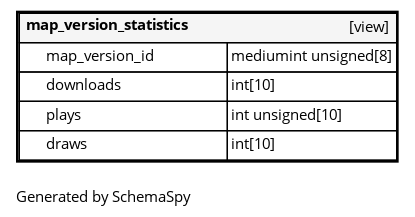
This is diagrams/tables/map_version_statistics.1degree.png from FAForever/db, a Graphviz export, as it was before one commit. Its source is kept beside it as diagrams/tables/map_version_statistics.1degree.dot.
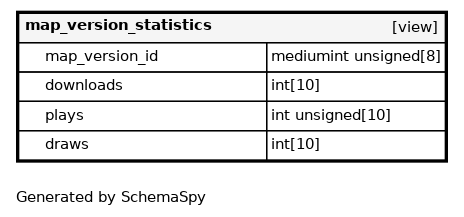
The same file after the commit.

Change to the diagram source:
```diff
@@ -1,13 +1,13 @@
 digraph "oneDegreeRelationshipsDiagram" {
-  graph [    rankdir="RL"    bgcolor="#ffffff"    label="\nGenerated by SchemaSpy"    labeljust="l"    nodesep="0.18"    ranksep="0.46"    fontname="Helvetica"    fontsize="11"    ration="compress"  ];  node [    fontname="Helvetica"    fontsize="11"    shape="plaintext"  ];  edge [    arrowsize="0.8"  ];
+  graph [    rankdir="RL"    bgcolor="#ffffff"    label="\nGenerated by SchemaSpy"    labeljust="l"    nodesep="0.18"    ranksep="0.46"    fontname="Helvetica"    fontsize="11"    packmode="graph"  ];  node [    fontname="Helvetica"    fontsize="11"    shape="plaintext"  ];  edge [    arrowsize="0.8"  ];
   "map_version_statistics" [
    label=<
     <TABLE BORDER="2" CELLBORDER="1" CELLSPACING="0" BGCOLOR="#ffffff">
-      <TR><TD COLSPAN="4"  BGCOLOR="#f5f5f5"><TABLE BORDER="0" CELLSPACING="0"><TR><TD ALIGN="LEFT" FIXEDSIZE="TRUE" WIDTH="135" HEIGHT="16"><B>map_version_statistics</B></TD><TD ALIGN="RIGHT">[view]</TD></TR></TABLE></TD></TR>
-      <TR><TD PORT="map_version_id" COLSPAN="2" ALIGN="LEFT"><TABLE BORDER="0" CELLSPACING="0" ALIGN="LEFT"><TR ALIGN="LEFT"><TD ALIGN="LEFT" FIXEDSIZE="TRUE" WIDTH="15" HEIGHT="16"></TD><TD ALIGN="LEFT" FIXEDSIZE="TRUE" WIDTH="135" HEIGHT="16">map_version_id</TD></TR></TABLE></TD><TD PORT="map_version_id.type" ALIGN="LEFT">mediumint unsigned[8]</TD></TR>
-      <TR><TD PORT="downloads" COLSPAN="2" ALIGN="LEFT"><TABLE BORDER="0" CELLSPACING="0" ALIGN="LEFT"><TR ALIGN="LEFT"><TD ALIGN="LEFT" FIXEDSIZE="TRUE" WIDTH="15" HEIGHT="16"></TD><TD ALIGN="LEFT" FIXEDSIZE="TRUE" WIDTH="135" HEIGHT="16">downloads</TD></TR></TABLE></TD><TD PORT="downloads.type" ALIGN="LEFT">int[10]</TD></TR>
-      <TR><TD PORT="plays" COLSPAN="2" ALIGN="LEFT"><TABLE BORDER="0" CELLSPACING="0" ALIGN="LEFT"><TR ALIGN="LEFT"><TD ALIGN="LEFT" FIXEDSIZE="TRUE" WIDTH="15" HEIGHT="16"></TD><TD ALIGN="LEFT" FIXEDSIZE="TRUE" WIDTH="135" HEIGHT="16">plays</TD></TR></TABLE></TD><TD PORT="plays.type" ALIGN="LEFT">int unsigned[10]</TD></TR>
-      <TR><TD PORT="draws" COLSPAN="2" ALIGN="LEFT"><TABLE BORDER="0" CELLSPACING="0" ALIGN="LEFT"><TR ALIGN="LEFT"><TD ALIGN="LEFT" FIXEDSIZE="TRUE" WIDTH="15" HEIGHT="16"></TD><TD ALIGN="LEFT" FIXEDSIZE="TRUE" WIDTH="135" HEIGHT="16">draws</TD></TR></TABLE></TD><TD PORT="draws.type" ALIGN="LEFT">int[10]</TD></TR>
+      <TR><TD COLSPAN="4"  BGCOLOR="#f5f5f5"><TABLE BORDER="0" CELLSPACING="0"><TR><TD ALIGN="LEFT" FIXEDSIZE="TRUE" WIDTH="165" HEIGHT="16"><B>map_version_statistics</B></TD><TD ALIGN="RIGHT">[view]</TD></TR></TABLE></TD></TR>
+      <TR><TD PORT="map_version_id" COLSPAN="2" ALIGN="LEFT"><TABLE BORDER="0" CELLSPACING="0" ALIGN="LEFT"><TR ALIGN="LEFT"><TD ALIGN="LEFT" FIXEDSIZE="TRUE" WIDTH="15" HEIGHT="16"></TD><TD ALIGN="LEFT" FIXEDSIZE="TRUE" WIDTH="165" HEIGHT="16">map_version_id</TD></TR></TABLE></TD><TD PORT="map_version_id.type" ALIGN="LEFT">mediumint unsigned[8]</TD></TR>
+      <TR><TD PORT="downloads" COLSPAN="2" ALIGN="LEFT"><TABLE BORDER="0" CELLSPACING="0" ALIGN="LEFT"><TR ALIGN="LEFT"><TD ALIGN="LEFT" FIXEDSIZE="TRUE" WIDTH="15" HEIGHT="16"></TD><TD ALIGN="LEFT" FIXEDSIZE="TRUE" WIDTH="165" HEIGHT="16">downloads</TD></TR></TABLE></TD><TD PORT="downloads.type" ALIGN="LEFT">int[10]</TD></TR>
+      <TR><TD PORT="plays" COLSPAN="2" ALIGN="LEFT"><TABLE BORDER="0" CELLSPACING="0" ALIGN="LEFT"><TR ALIGN="LEFT"><TD ALIGN="LEFT" FIXEDSIZE="TRUE" WIDTH="15" HEIGHT="16"></TD><TD ALIGN="LEFT" FIXEDSIZE="TRUE" WIDTH="165" HEIGHT="16">plays</TD></TR></TABLE></TD><TD PORT="plays.type" ALIGN="LEFT">int unsigned[10]</TD></TR>
+      <TR><TD PORT="draws" COLSPAN="2" ALIGN="LEFT"><TABLE BORDER="0" CELLSPACING="0" ALIGN="LEFT"><TR ALIGN="LEFT"><TD ALIGN="LEFT" FIXEDSIZE="TRUE" WIDTH="15" HEIGHT="16"></TD><TD ALIGN="LEFT" FIXEDSIZE="TRUE" WIDTH="165" HEIGHT="16">draws</TD></TR></TABLE></TD><TD PORT="draws.type" ALIGN="LEFT">int[10]</TD></TR>
     </TABLE>>
     URL="map_version_statistics.html"
     target="_top"
```
